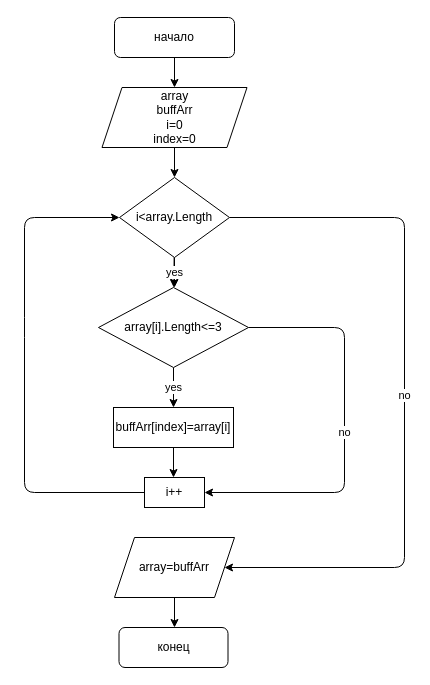
Above: al.drawio in Walexlit/VerificationWork (draw.io), before the change. Source tidied: cells renumbered, new cells numbered last; positions are measured from the earlier drawing's top-left corner, leaving out a move shared by most shapes. Both pictures are drawn from the tidied source at 100%, with x=0, y=0 at pixel (24, 17).
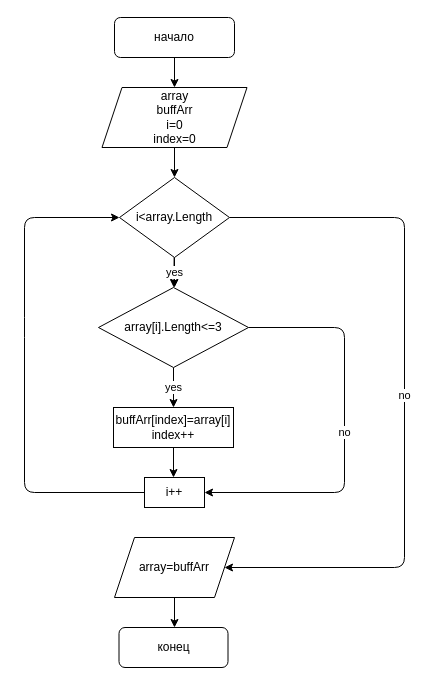
After the change.

Commit message (it also covers changes not shown here):
создал файл README.md

Diff of the diagram source:
```diff
@@
-    <mxCell id="14" value="buffArr[index]=array[i]" style="rounded=0;whiteSpace=wrap;html=1;" parent="1" vertex="1">
+    <mxCell id="14" value="buffArr[index]=array[i]&lt;br&gt;index++" style="rounded=0;whiteSpace=wrap;html=1;" parent="1" vertex="1">
       <mxGeometry x="89" y="390" width="120" height="40" as="geometry" />
     </mxCell>
```
